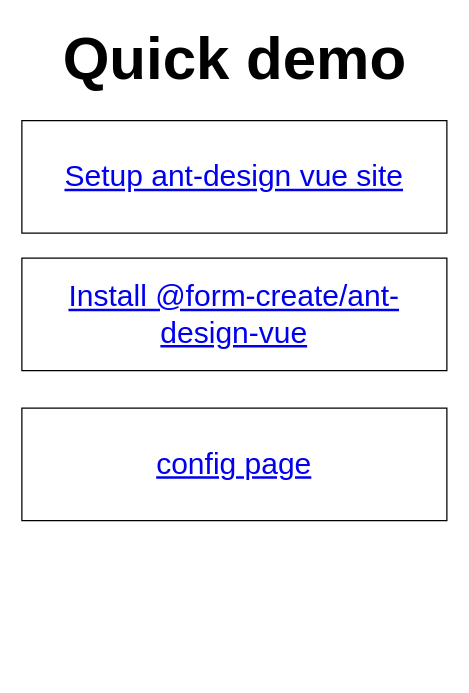
dellexquan/form-create-sharing keeps this draw.io diagram as page "2. Quick Demo" (3 of 3) of formcreate.drawio. Above is the earlier version. Source tidied: cells renumbered, new cells numbered last; positions are measured from the earlier drawing's top-left corner, leaving out a move shared by most shapes. Both pictures are drawn from the tidied source at 125%, with x=0, y=0 at pixel (21, 32).
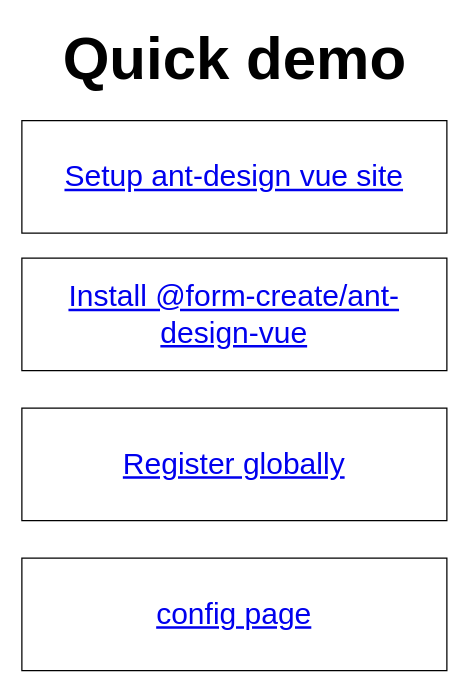
The same page after the edit.

What changed in the source:
```diff
@@
 <mxGraphModel>
   <root>
     <mxCell id="0" />
     <mxCell id="1" parent="0" />
     <mxCell id="2" value="&lt;span style=&quot;font-size: 48px&quot;&gt;Quick demo&lt;/span&gt;" style="text;strokeColor=none;fillColor=none;html=1;fontSize=24;fontStyle=1;verticalAlign=middle;align=center;flipV=0;flipH=0;" parent="1" vertex="1">
       <mxGeometry x="120" width="100" height="40" as="geometry" />
     </mxCell>
     <mxCell id="3" value="&lt;font style=&quot;font-size: 24px&quot;&gt;&lt;a href=&quot;https://www.antdv.com/docs/vue/getting-started-cn/&quot;&gt;Setup ant-design vue site&lt;/a&gt;&lt;/font&gt;" style="rounded=0;whiteSpace=wrap;html=1;flipV=0;flipH=0;" parent="1" vertex="1">
       <mxGeometry y="70" width="340" height="90" as="geometry" />
     </mxCell>
     <mxCell id="4" value="&lt;font style=&quot;font-size: 24px&quot;&gt;&lt;a href=&quot;http://www.form-create.com/v3/ant-design-vue/&quot;&gt;Install @form-create/ant-design-vue&lt;/a&gt;&lt;/font&gt;" style="rounded=0;whiteSpace=wrap;html=1;flipV=0;flipH=0;" parent="1" vertex="1">
       <mxGeometry y="180" width="340" height="90" as="geometry" />
     </mxCell>
     <mxCell id="5" value="&lt;font style=&quot;font-size: 24px&quot;&gt;&lt;a href=&quot;http://www.form-create.com/v2/guide/start.html#%E7%BB%84%E4%BB%B6%E6%A8%A1%E5%BC%8F&quot;&gt;config page&lt;/a&gt;&lt;/font&gt;" style="rounded=0;whiteSpace=wrap;html=1;flipV=0;flipH=0;" parent="1" vertex="1">
-      <mxGeometry y="300" width="340" height="90" as="geometry" />
+      <mxGeometry y="420" width="340" height="90" as="geometry" />
     </mxCell>
+    <mxCell id="6" value="&lt;font style=&quot;font-size: 24px&quot;&gt;&lt;a href=&quot;http://www.form-create.com/v2/guide/start.html#%E5%BC%95%E5%85%A5-form-create&quot;&gt;Register globally&lt;/a&gt;&lt;/font&gt;" style="rounded=0;whiteSpace=wrap;html=1;flipV=0;flipH=0;" parent="1" vertex="1">
+      <mxGeometry y="300" width="340" height="90" as="geometry" />
+    </mxCell>
   </root>
 </mxGraphModel>
```
